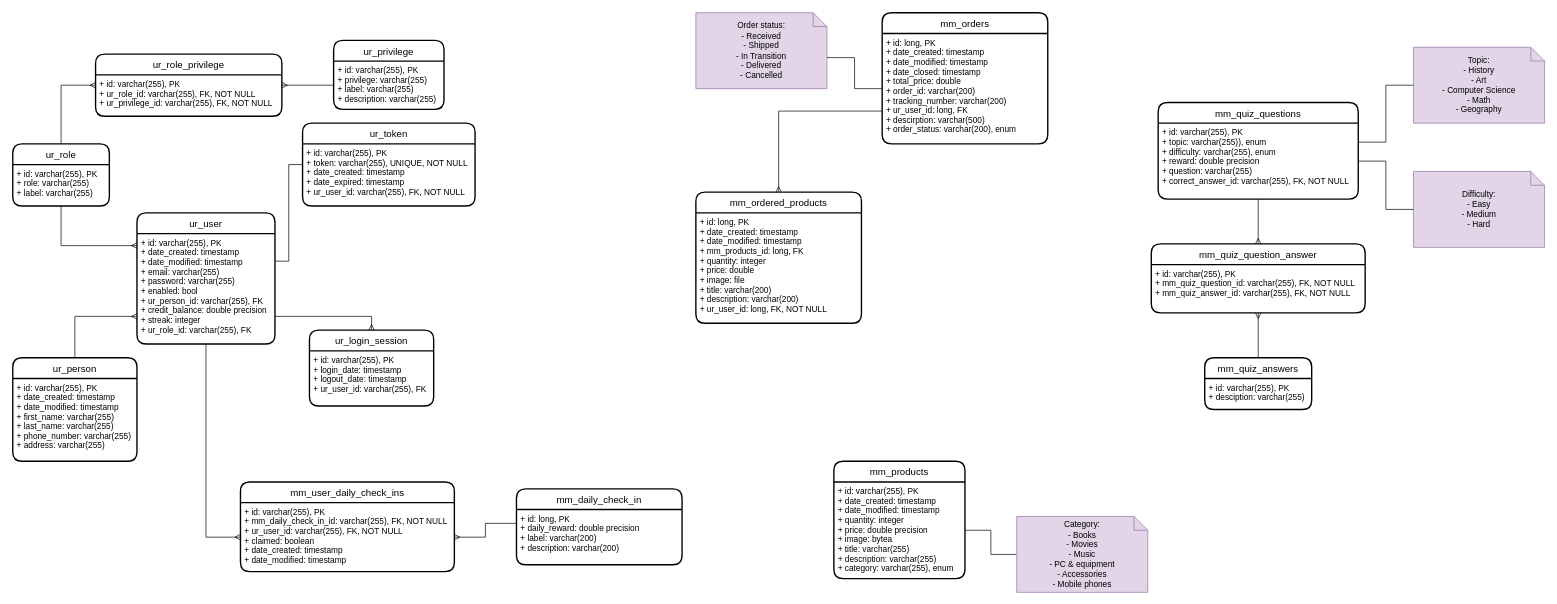
Before: page "ER models" (7 of 7) of EMT_diagrams.drawio in bbozilov26/EMT_2023_backend, a draw.io diagram. Source tidied: cells renumbered, new cells numbered last; positions are measured from the earlier drawing's top-left corner, leaving out a move shared by most shapes. Both pictures are drawn from the tidied source at 69%, with x=0, y=0 at pixel (12, 12).
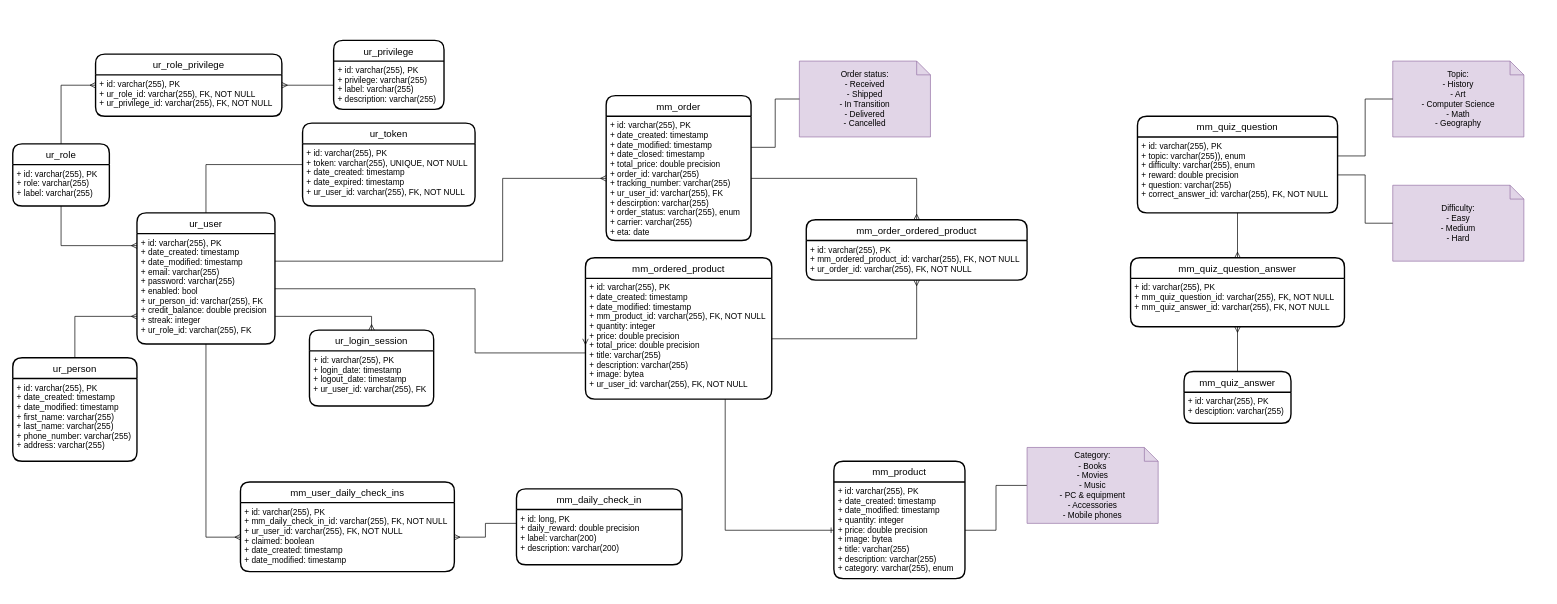
Above is the later version.

Commit message:
Update EMT_diagrams.drawio - orders and ordered products models fix

The change refers to these unchanged cells:
```xml
<mxCell id="10" value="ur_user" style="swimlane;horizontal=1;startSize=30;rounded=1;fontSize=14;fontStyle=0;strokeWidth=2;shadow=0;dashed=0;align=center;" parent="1" vertex="1">
  <mxGeometry x="180" y="290" width="200" height="190" as="geometry" />
</mxCell>
<mxCell id="11" value="+ id: varchar(255), PK&#10;+ date_created: timestamp&#10;+ date_modified: timestamp&#10;+ email: varchar(255)&#10;+ password: varchar(255)&#10;+ enabled: bool&#10;+ ur_person_id: varchar(255), FK&#10;+ credit_balance: double precision&#10;+ streak: integer&#10;+ ur_role_id: varchar(255), FK" style="align=left;strokeColor=none;fillColor=none;spacingLeft=4;fontSize=12;verticalAlign=top;" parent="10" vertex="1">
  <mxGeometry y="30" width="200" height="160" as="geometry" />
</mxCell>
<mxCell id="14" value="ur_token" style="swimlane;horizontal=1;startSize=30;rounded=1;fontSize=14;fontStyle=0;strokeWidth=2;shadow=0;dashed=0;align=center;" parent="1" vertex="1">
  <mxGeometry x="420" y="160" width="250" height="120" as="geometry" />
</mxCell>
<mxCell id="24" value="+ id: varchar(255), PK&#10;+ date_created: timestamp&#10;+ date_modified: timestamp&#10;+ quantity: integer&#10;+ price: double precision&#10;+ image: bytea&#10;+ title: varchar(255)&#10;+ description: varchar(255)&#10;+ category: varchar(255), enum" style="align=left;strokeColor=none;fillColor=none;spacingLeft=4;fontSize=12;verticalAlign=top;" parent="23" vertex="1">
  <mxGeometry y="30" width="190" height="140" as="geometry" />
</mxCell>
```

What changed in the source:
```diff
@@
-    <mxCell id="13" style="edgeStyle=orthogonalEdgeStyle;rounded=0;jettySize=auto;html=1;entryX=1;entryY=0.25;entryDx=0;entryDy=0;startArrow=none;startFill=0;endArrow=none;endFill=0;" parent="1" edge="1" source="14" target="11">
+    <mxCell id="13" style="edgeStyle=orthogonalEdgeStyle;rounded=0;jettySize=auto;html=1;entryX=0.5;entryY=0;entryDx=0;entryDy=0;startArrow=none;startFill=0;endArrow=none;endFill=0;" parent="1" edge="1" source="14" target="10">
       <mxGeometry relative="1" as="geometry" />
     </mxCell>
@@
-    <mxCell id="23" value="mm_products" style="swimlane;horizontal=1;startSize=30;rounded=1;fontSize=14;fontStyle=0;strokeWidth=2;shadow=0;dashed=0;align=center;" parent="1" vertex="1">
+    <mxCell id="23" value="mm_product" style="swimlane;horizontal=1;startSize=30;rounded=1;fontSize=14;fontStyle=0;strokeWidth=2;shadow=0;dashed=0;align=center;" parent="1" vertex="1">
       <mxGeometry x="1190" y="650" width="190" height="170" as="geometry" />
     </mxCell>
@@
     <mxCell id="25" value="Topic:&lt;br&gt;- History&lt;br&gt;- Art&lt;br&gt;- Computer Science&lt;br&gt;- Math&lt;br&gt;- Geography" style="shape=note;size=20;whiteSpace=wrap;html=1;fillColor=#e1d5e7;strokeColor=#9673a6;" parent="1" vertex="1">
-      <mxGeometry x="2030" y="50" width="190" height="110" as="geometry" />
+      <mxGeometry x="2000" y="70" width="190" height="110" as="geometry" />
     </mxCell>
     <mxCell id="26" value="Difficulty:&lt;br&gt;- Easy&lt;br&gt;- Medium&lt;br&gt;- Hard" style="shape=note;size=20;whiteSpace=wrap;html=1;fillColor=#e1d5e7;strokeColor=#9673a6;" parent="1" vertex="1">
-      <mxGeometry x="2030" y="230" width="190" height="110" as="geometry" />
+      <mxGeometry x="2000" y="250" width="190" height="110" as="geometry" />
     </mxCell>
-    <mxCell id="27" value="mm_quiz_questions" style="swimlane;horizontal=1;startSize=30;rounded=1;fontSize=14;fontStyle=0;strokeWidth=2;shadow=0;dashed=0;align=center;" parent="1" vertex="1">
-      <mxGeometry x="1660" y="130" width="290" height="140" as="geometry" />
+    <mxCell id="27" value="mm_quiz_question" style="swimlane;horizontal=1;startSize=30;rounded=1;fontSize=14;fontStyle=0;strokeWidth=2;shadow=0;dashed=0;align=center;" parent="1" vertex="1">
+      <mxGeometry x="1630" y="150" width="290" height="140" as="geometry" />
     </mxCell>
@@
-    <mxCell id="31" value="mm_quiz_answers" style="swimlane;horizontal=1;startSize=30;rounded=1;fontSize=14;fontStyle=0;strokeWidth=2;shadow=0;dashed=0;align=center;" parent="1" vertex="1">
-      <mxGeometry x="1727.5" y="500" width="155" height="75" as="geometry" />
+    <mxCell id="31" value="mm_quiz_answer" style="swimlane;horizontal=1;startSize=30;rounded=1;fontSize=14;fontStyle=0;strokeWidth=2;shadow=0;dashed=0;align=center;" parent="1" vertex="1">
+      <mxGeometry x="1697.5" y="520" width="155" height="75" as="geometry" />
     </mxCell>
@@
-    <mxCell id="39" value="mm_orders" style="swimlane;horizontal=1;startSize=30;rounded=1;fontSize=14;fontStyle=0;strokeWidth=2;shadow=0;dashed=0;align=center;" parent="1" vertex="1">
-      <mxGeometry x="1260" width="240" height="190" as="geometry" />
+    <mxCell id="39" value="mm_order" style="swimlane;horizontal=1;startSize=30;rounded=1;fontSize=14;fontStyle=0;strokeWidth=2;shadow=0;dashed=0;align=center;" parent="1" vertex="1">
+      <mxGeometry x="860" y="120" width="210" height="210" as="geometry" />
     </mxCell>
-    <mxCell id="40" value="+ id: long, PK&#10;+ date_created: timestamp&#10;+ date_modified: timestamp&#10;+ date_closed: timestamp&#10;+ total_price: double&#10;+ order_id: varchar(200)&#10;+ tracking_number: varchar(200)&#10;+ ur_user_id: long, FK&#10;+ descirption: varchar(500)&#10;+ order_status: varchar(200), enum" style="align=left;strokeColor=none;fillColor=none;spacingLeft=4;fontSize=12;verticalAlign=top;" parent="39" vertex="1">
-      <mxGeometry y="30" width="240" height="160" as="geometry" />
+    <mxCell id="40" value="+ id: varchar(255), PK&#10;+ date_created: timestamp&#10;+ date_modified: timestamp&#10;+ date_closed: timestamp&#10;+ total_price: double precision&#10;+ order_id: varchar(255)&#10;+ tracking_number: varchar(255)&#10;+ ur_user_id: varchar(255), FK&#10;+ descirption: varchar(255)&#10;+ order_status: varchar(255), enum&#10;+ carrier: varchar(255)&#10;+ eta: date" style="align=left;strokeColor=none;fillColor=none;spacingLeft=4;fontSize=12;verticalAlign=top;" parent="39" vertex="1">
+      <mxGeometry y="30" width="210" height="180" as="geometry" />
     </mxCell>
-    <mxCell id="41" style="edgeStyle=orthogonalEdgeStyle;rounded=0;jettySize=auto;html=1;exitX=0;exitY=0.75;exitDx=0;exitDy=0;entryX=0.5;entryY=0;entryDx=0;entryDy=0;endArrow=ERmany;endFill=0;" parent="1" edge="1" source="39" target="44">
-      <mxGeometry relative="1" as="geometry" />
-    </mxCell>
     <mxCell id="42" value="Order status:&lt;br&gt;- Received&lt;br&gt;- Shipped&lt;br&gt;- In Transition&lt;br&gt;- Delivered&lt;br&gt;- Cancelled" style="shape=note;size=20;whiteSpace=wrap;html=1;fillColor=#e1d5e7;strokeColor=#9673a6;" parent="1" vertex="1">
-      <mxGeometry x="990" width="190" height="110" as="geometry" />
+      <mxGeometry x="1140" y="70" width="190" height="110" as="geometry" />
     </mxCell>
-    <mxCell id="43" style="edgeStyle=orthogonalEdgeStyle;rounded=0;jettySize=auto;html=1;exitX=0;exitY=0.5;exitDx=0;exitDy=0;entryX=0;entryY=0;entryDx=190;entryDy=65;entryPerimeter=0;endArrow=none;endFill=0;" parent="1" edge="1" source="40" target="42">
+    <mxCell id="43" style="edgeStyle=orthogonalEdgeStyle;rounded=0;jettySize=auto;html=1;exitX=1;exitY=0.25;exitDx=0;exitDy=0;entryX=0;entryY=0.5;entryDx=0;entryDy=0;entryPerimeter=0;endArrow=none;endFill=0;" parent="1" edge="1" source="40" target="42">
       <mxGeometry relative="1" as="geometry" />
     </mxCell>
-    <mxCell id="44" value="mm_ordered_products" style="swimlane;horizontal=1;startSize=30;rounded=1;fontSize=14;fontStyle=0;strokeWidth=2;shadow=0;dashed=0;align=center;" parent="1" vertex="1">
-      <mxGeometry x="990" y="260" width="240" height="190" as="geometry" />
+    <mxCell id="44" value="mm_ordered_product" style="swimlane;horizontal=1;startSize=30;rounded=1;fontSize=14;fontStyle=0;strokeWidth=2;shadow=0;dashed=0;align=center;" parent="1" vertex="1">
+      <mxGeometry x="830" y="355" width="270" height="205" as="geometry" />
     </mxCell>
-    <mxCell id="45" value="+ id: long, PK&#10;+ date_created: timestamp&#10;+ date_modified: timestamp&#10;+ mm_products_id: long, FK&#10;+ quantity: integer&#10;+ price: double&#10;+ image: file&#10;+ title: varchar(200)&#10;+ description: varchar(200)&#10;+ ur_user_id: long, FK, NOT NULL" style="align=left;strokeColor=none;fillColor=none;spacingLeft=4;fontSize=12;verticalAlign=top;" parent="44" vertex="1">
-      <mxGeometry y="30" width="240" height="160" as="geometry" />
+    <mxCell id="45" value="+ id: varchar(255), PK&#10;+ date_created: timestamp&#10;+ date_modified: timestamp&#10;+ mm_product_id: varchar(255), FK, NOT NULL&#10;+ quantity: integer&#10;+ price: double precision&#10;+ total_price: double precision&#10;+ title: varchar(255)&#10;+ description: varchar(255)&#10;+ image: bytea&#10;+ ur_user_id: varchar(255), FK, NOT NULL" style="align=left;strokeColor=none;fillColor=none;spacingLeft=4;fontSize=12;verticalAlign=top;" parent="44" vertex="1">
+      <mxGeometry y="30" width="270" height="175" as="geometry" />
     </mxCell>
     <mxCell id="46" value="Category:&lt;br&gt;- Books&lt;br&gt;- Movies&lt;br&gt;- Music&lt;br&gt;- PC &amp;amp; equipment&lt;br&gt;- Accessories&lt;br&gt;- Mobile phones" style="shape=note;size=20;whiteSpace=wrap;html=1;fillColor=#e1d5e7;strokeColor=#9673a6;" parent="1" vertex="1">
-      <mxGeometry x="1455" y="730" width="190" height="110" as="geometry" />
+      <mxGeometry x="1470" y="630" width="190" height="110" as="geometry" />
     </mxCell>
     <mxCell id="47" value="mm_quiz_question_answer" style="swimlane;horizontal=1;startSize=30;rounded=1;fontSize=14;fontStyle=0;strokeWidth=2;shadow=0;dashed=0;align=center;" parent="1" vertex="1">
-      <mxGeometry x="1650" y="335" width="310" height="100" as="geometry" />
+      <mxGeometry x="1620" y="355" width="310" height="100" as="geometry" />
     </mxCell>
@@
+    <mxCell id="51" style="edgeStyle=orthogonalEdgeStyle;rounded=0;jettySize=auto;html=1;exitX=0.75;exitY=1;exitDx=0;exitDy=0;entryX=0;entryY=0.5;entryDx=0;entryDy=0;endArrow=ERone;endFill=0;" parent="1" edge="1" source="45" target="24">
+      <mxGeometry relative="1" as="geometry" />
+    </mxCell>
+    <mxCell id="52" style="edgeStyle=orthogonalEdgeStyle;rounded=0;jettySize=auto;html=1;exitX=1;exitY=0.5;exitDx=0;exitDy=0;endArrow=ERmany;endFill=0;entryX=0;entryY=0.5;entryDx=0;entryDy=0;" parent="1" edge="1" source="11" target="45">
+      <mxGeometry relative="1" as="geometry">
+        <Array as="points">
+          <mxPoint x="670" y="400" />
+          <mxPoint x="670" y="493" />
+          <mxPoint x="830" y="493" />
+        </Array>
+      </mxGeometry>
+    </mxCell>
+    <mxCell id="53" style="edgeStyle=orthogonalEdgeStyle;rounded=0;jettySize=auto;html=1;exitX=1;exitY=0.25;exitDx=0;exitDy=0;endArrow=ERmany;endFill=0;entryX=0;entryY=0.5;entryDx=0;entryDy=0;" parent="1" edge="1" source="11" target="40">
+      <mxGeometry relative="1" as="geometry">
+        <Array as="points">
+          <mxPoint x="710" y="360" />
+          <mxPoint x="710" y="240" />
+        </Array>
+      </mxGeometry>
+    </mxCell>
+    <mxCell id="54" value="mm_order_ordered_product" style="swimlane;horizontal=1;startSize=30;rounded=1;fontSize=14;fontStyle=0;strokeWidth=2;shadow=0;dashed=0;align=center;" parent="1" vertex="1">
+      <mxGeometry x="1150" y="300" width="320" height="87.5" as="geometry" />
+    </mxCell>
+    <mxCell id="55" value="+ id: varchar(255), PK&#10;+ mm_ordered_product_id: varchar(255), FK, NOT NULL&#10;+ ur_order_id: varchar(255), FK, NOT NULL" style="align=left;strokeColor=none;fillColor=none;spacingLeft=4;fontSize=12;verticalAlign=top;" parent="54" vertex="1">
+      <mxGeometry y="30" width="320" height="57.5" as="geometry" />
+    </mxCell>
+    <mxCell id="56" style="edgeStyle=orthogonalEdgeStyle;rounded=0;jettySize=auto;html=1;exitX=1;exitY=0.5;exitDx=0;exitDy=0;entryX=0.5;entryY=1;entryDx=0;entryDy=0;endArrow=ERmany;endFill=0;" parent="1" edge="1" source="45" target="55">
+      <mxGeometry relative="1" as="geometry" />
+    </mxCell>
+    <mxCell id="57" style="edgeStyle=orthogonalEdgeStyle;rounded=0;jettySize=auto;html=1;exitX=1;exitY=0.5;exitDx=0;exitDy=0;entryX=0.5;entryY=0;entryDx=0;entryDy=0;endArrow=ERmany;endFill=0;" parent="1" edge="1" source="40" target="54">
+      <mxGeometry relative="1" as="geometry" />
+    </mxCell>
```
